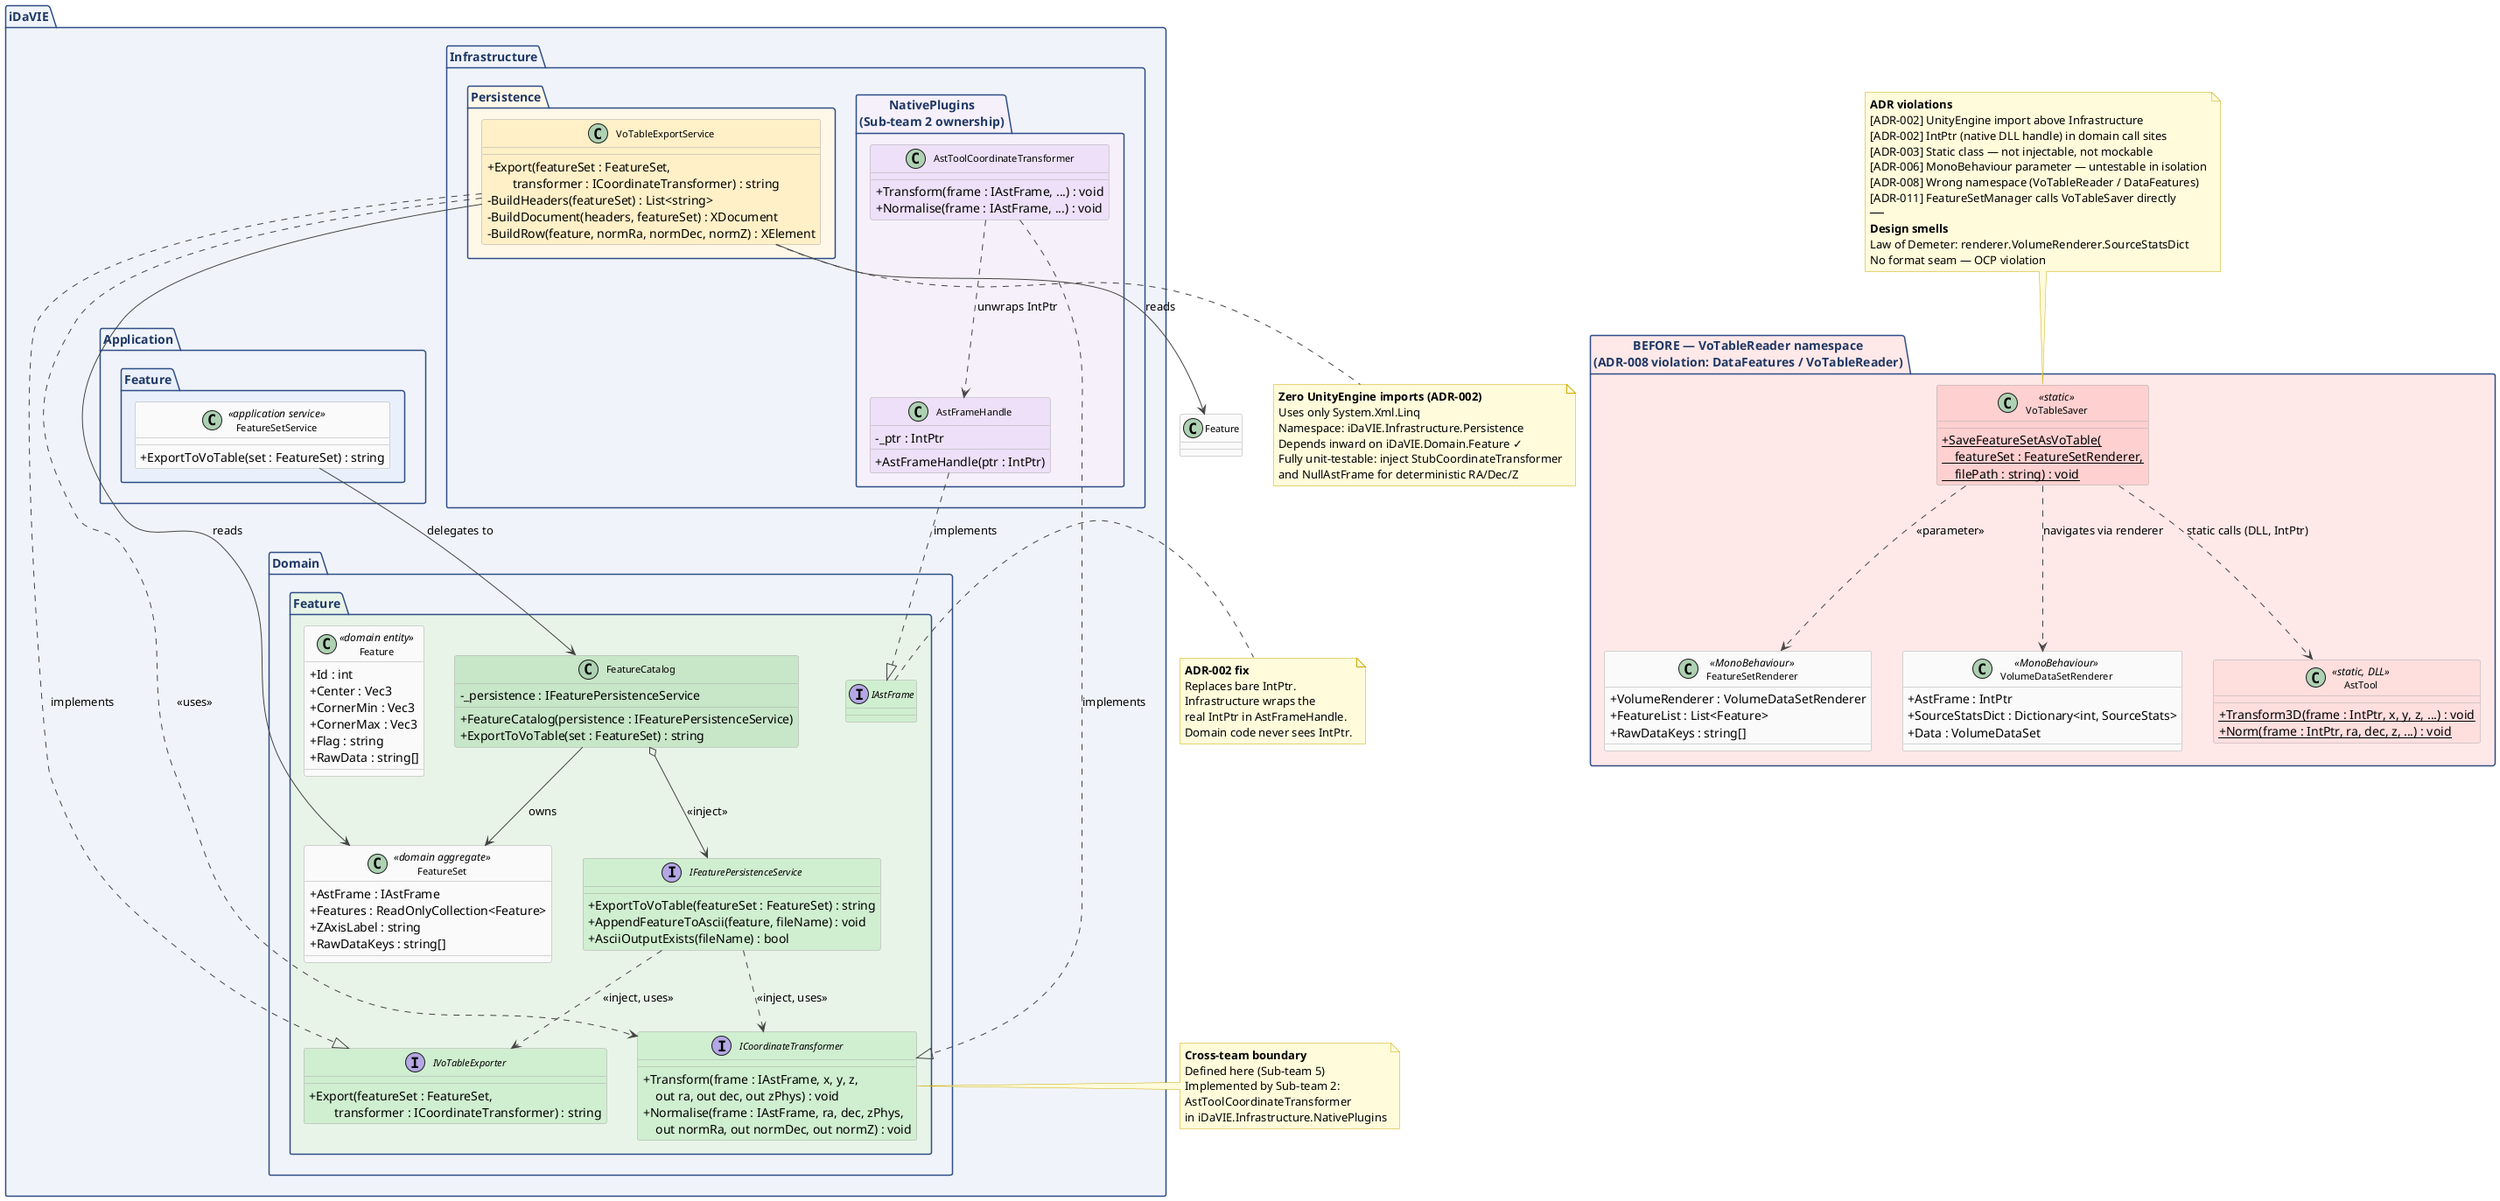
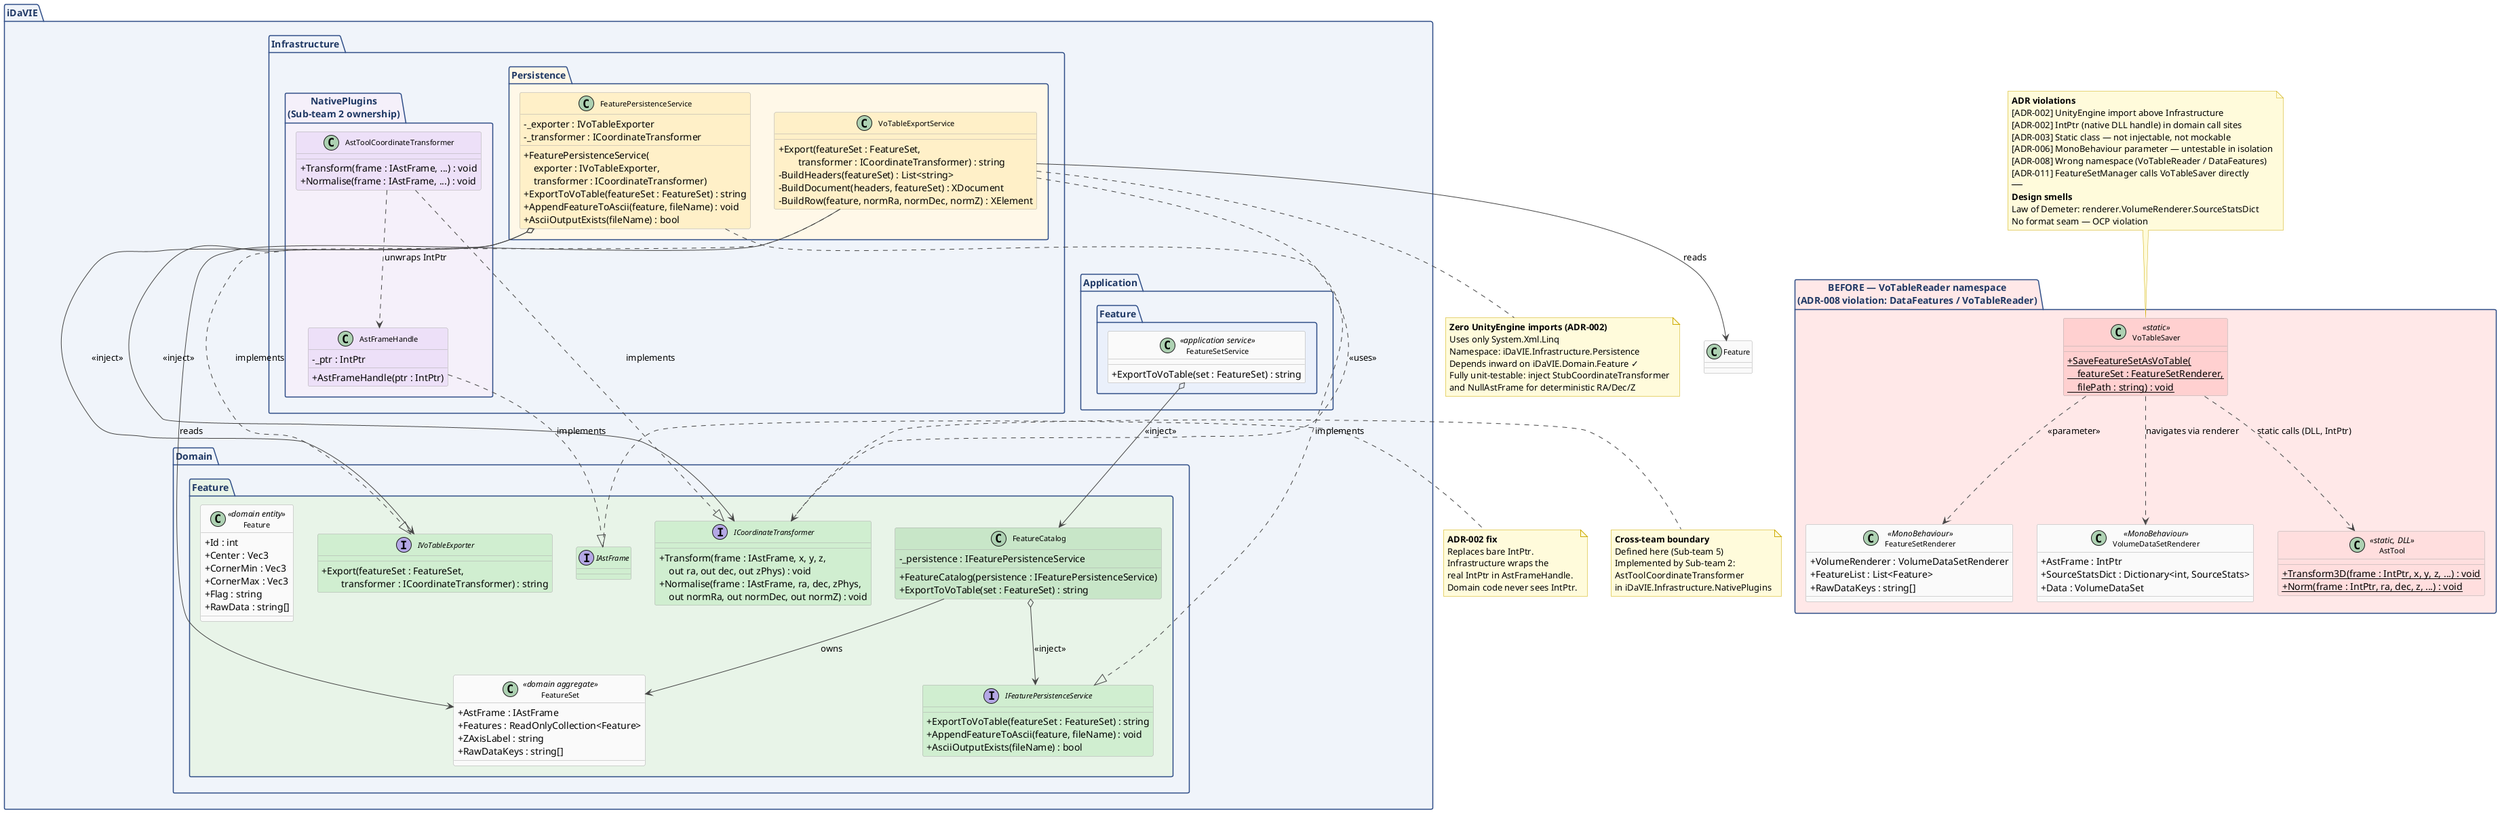
@startuml VOTable Export — Before and After

' ── Style ──────────────────────────────────────────────────────────────────
skinparam classAttributeIconSize 0
skinparam classFontName Arial
skinparam classFontSize 11
skinparam ArrowColor #444444
skinparam ClassBackgroundColor #FAFAFA
skinparam ClassBorderColor #AAAAAA
skinparam PackageBackgroundColor #F0F4FA
skinparam PackageBorderColor #2E4D87
skinparam PackageFontStyle bold
skinparam PackageFontColor #1F3864
skinparam NoteBackgroundColor #FFFBDB
skinparam NoteBorderColor #CCAA00

' ═══════════════════════════════════════════════════════════════════════════
' BEFORE
' ═══════════════════════════════════════════════════════════════════════════
package "BEFORE — VoTableReader namespace\n(ADR-008 violation: DataFeatures / VoTableReader)" #FFE8E8 {

    class VoTableSaver <<static>> #FFD0D0 {
        + {static} SaveFeatureSetAsVoTable(\n    featureSet : FeatureSetRenderer,\n    filePath : string) : void
    }

    class FeatureSetRenderer <<MonoBehaviour>> {
        + VolumeRenderer : VolumeDataSetRenderer
        + FeatureList : List<Feature>
        + RawDataKeys : string[]
    }

    class VolumeDataSetRenderer <<MonoBehaviour>> {
        + AstFrame : IntPtr
        + SourceStatsDict : Dictionary<int, SourceStats>
        + Data : VolumeDataSet
    }

    class AstTool <<static, DLL>> #FFDEDE {
        + {static} Transform3D(frame : IntPtr, x, y, z, ...) : void
        + {static} Norm(frame : IntPtr, ra, dec, z, ...) : void
    }
}

note top of VoTableSaver
  <b>ADR violations</b>
  [ADR-002] UnityEngine import above Infrastructure
  [ADR-002] IntPtr (native DLL handle) in domain call sites
  [ADR-003] Static class — not injectable, not mockable
  [ADR-006] MonoBehaviour parameter — untestable in isolation
  [ADR-008] Wrong namespace (VoTableReader / DataFeatures)
  [ADR-011] FeatureSetManager calls VoTableSaver directly
  ──
  <b>Design smells</b>
  Law of Demeter: renderer.VolumeRenderer.SourceStatsDict
  No format seam — OCP violation
end note

VoTableSaver ..> FeatureSetRenderer     : <<parameter>>
VoTableSaver ..> VolumeDataSetRenderer  : navigates via renderer
VoTableSaver ..> AstTool                : static calls (DLL, IntPtr)


' ═══════════════════════════════════════════════════════════════════════════
' AFTER — iDaVIE.Domain.Feature  (ADR-008 compliant)
' ═══════════════════════════════════════════════════════════════════════════
package "iDaVIE.Domain.Feature" #E8F4E8 {

    interface IAstFrame #D0EED0 {
        ' Opaque handle — no IntPtr visible to domain (ADR-002)
    }

    interface ICoordinateTransformer #D0EED0 {
        + Transform(frame : IAstFrame, x, y, z,\n    out ra, out dec, out zPhys) : void
        + Normalise(frame : IAstFrame, ra, dec, zPhys,\n    out normRa, out normDec, out normZ) : void
    }

    interface IVoTableExporter #D0EED0 {
        + Export(featureSet : FeatureSet,\n        transformer : ICoordinateTransformer) : string
    }

    interface IFeaturePersistenceService #D0EED0 {
        + ExportToVoTable(featureSet : FeatureSet) : string
        + AppendFeatureToAscii(feature, fileName) : void
        + AsciiOutputExists(fileName) : bool
    }

    class FeatureCatalog #C8E6C8 {
        - _persistence : IFeaturePersistenceService
        + FeatureCatalog(persistence : IFeaturePersistenceService)
        + ExportToVoTable(set : FeatureSet) : string
    }

    class FeatureSet <<domain aggregate>> {
        + AstFrame : IAstFrame
        + Features : ReadOnlyCollection<Feature>
        + ZAxisLabel : string
        + RawDataKeys : string[]
    }

    class Feature <<domain entity>> {
        + Id : int
        + Center : Vec3
        + CornerMin : Vec3
        + CornerMax : Vec3
        + Flag : string
        + RawData : string[]
    }
}

note right of IAstFrame
  <b>ADR-002 fix</b>
  Replaces bare IntPtr.
  Infrastructure wraps the
  real IntPtr in AstFrameHandle.
  Domain code never sees IntPtr.
end note

note right of ICoordinateTransformer
  <b>Cross-team boundary</b>
  Defined here (Sub-team 5)
  Implemented by Sub-team 2:
  AstToolCoordinateTransformer
  in iDaVIE.Infrastructure.NativePlugins
end note

' ═══════════════════════════════════════════════════════════════════════════
' AFTER — iDaVIE.Application.Feature  (ADR-008 compliant)
' ═══════════════════════════════════════════════════════════════════════════
package "iDaVIE.Application.Feature" #EAF0FB {
    class FeatureSetService <<application service>> {
        + ExportToVoTable(set : FeatureSet) : string
    }
}

' ═══════════════════════════════════════════════════════════════════════════
' AFTER — iDaVIE.Infrastructure.Persistence  (ADR-008 compliant)
' ═══════════════════════════════════════════════════════════════════════════
package "iDaVIE.Infrastructure.Persistence" #FFF8E8 {
    class VoTableExportService #FFF0C8 {
        + Export(featureSet : FeatureSet,\n        transformer : ICoordinateTransformer) : string
        - BuildHeaders(featureSet) : List<string>
        - BuildDocument(headers, featureSet) : XDocument
        - BuildRow(feature, normRa, normDec, normZ) : XElement
    }
+ 
+     class FeaturePersistenceService #FFF0C8 {
+         - _exporter : IVoTableExporter
+         - _transformer : ICoordinateTransformer
+         + FeaturePersistenceService(\n    exporter : IVoTableExporter,\n    transformer : ICoordinateTransformer)
+         + ExportToVoTable(featureSet : FeatureSet) : string
+         + AppendFeatureToAscii(feature, fileName) : void
+         + AsciiOutputExists(fileName) : bool
+     }
}

' ═══════════════════════════════════════════════════════════════════════════
' AFTER — iDaVIE.Infrastructure.NativePlugins  (ADR-008 compliant)
' ═══════════════════════════════════════════════════════════════════════════
package "iDaVIE.Infrastructure.NativePlugins\n(Sub-team 2 ownership)" #F5F0FA {
    class AstFrameHandle #EDE0F8 {
        - _ptr : IntPtr
        + AstFrameHandle(ptr : IntPtr)
    }
    class AstToolCoordinateTransformer #EDE0F8 {
        + Transform(frame : IAstFrame, ...) : void
        + Normalise(frame : IAstFrame, ...) : void
    }
}

' ── Dependency arrows (after state) ──────────────────────────────────────────
- FeatureSetService        --> FeatureCatalog                   : delegates to
- FeatureCatalog           o--> IFeaturePersistenceService       : <<inject>>
- IFeaturePersistenceService ..> IVoTableExporter               : <<inject, uses>>
- IFeaturePersistenceService ..> ICoordinateTransformer         : <<inject, uses>>
+ FeatureSetService        o--> FeatureCatalog                  : <<inject>>
+ FeatureCatalog           o--> IFeaturePersistenceService      : <<inject>>
+ FeaturePersistenceService ..|> IFeaturePersistenceService     : implements
+ FeaturePersistenceService o--> IVoTableExporter               : <<inject>>
+ FeaturePersistenceService o--> ICoordinateTransformer         : <<inject>>
VoTableExportService    ..|> IVoTableExporter                 : implements
VoTableExportService    --> FeatureSet                        : reads
VoTableExportService    --> Feature                           : reads
VoTableExportService    ..> ICoordinateTransformer            : <<uses>>
FeatureCatalog          --> FeatureSet                        : owns
AstFrameHandle          ..|> IAstFrame                        : implements
AstToolCoordinateTransformer ..|> ICoordinateTransformer      : implements
AstToolCoordinateTransformer ..> AstFrameHandle               : unwraps IntPtr

note bottom of VoTableExportService
  <b>Zero UnityEngine imports (ADR-002)</b>
  Uses only System.Xml.Linq
  Namespace: iDaVIE.Infrastructure.Persistence
  Depends inward on iDaVIE.Domain.Feature ✓
  Fully unit-testable: inject StubCoordinateTransformer
  and NullAstFrame for deterministic RA/Dec/Z
end note

@enduml
